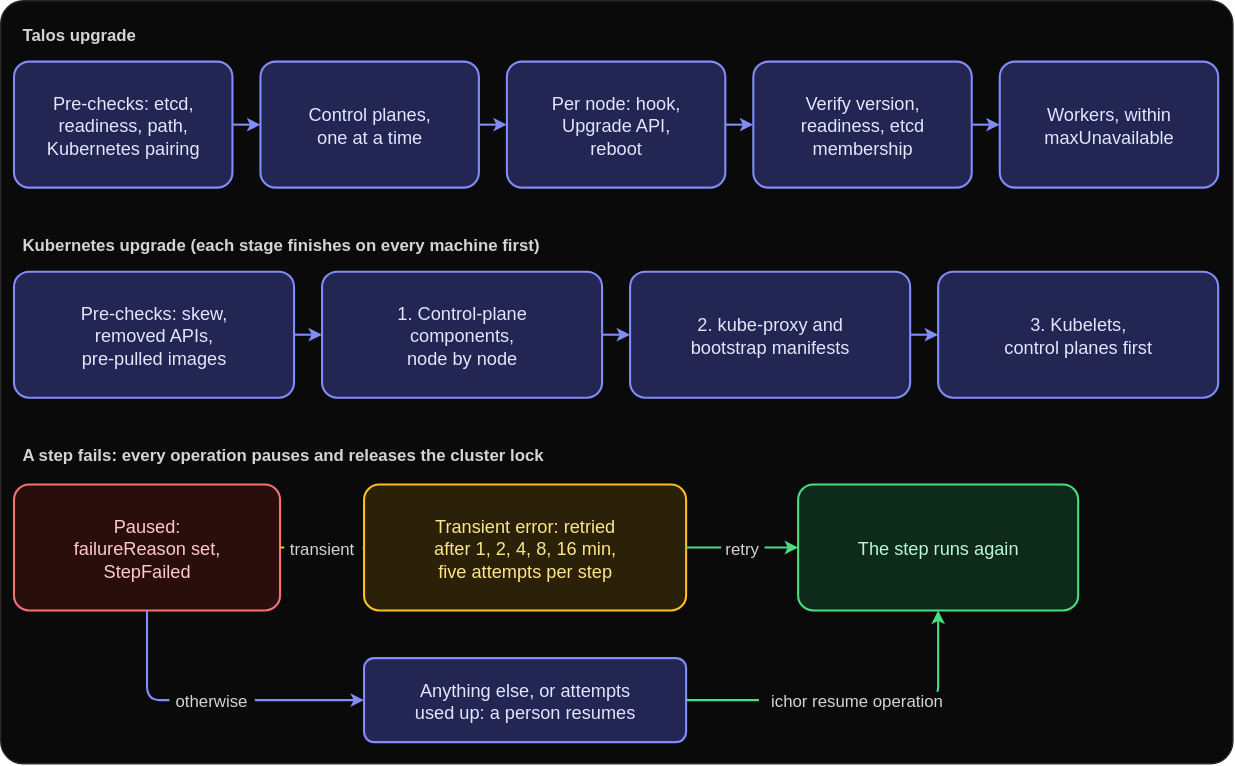
The draw.io diagram docs/images/upgrades.dark.drawio.svg in maeshinshin/ichor, before a commit. Source tidied: cells renumbered, new cells last; positions are measured from the earlier drawing's top-left corner, leaving out a move shared by most shapes. The source it was exported from:
```xml
<mxGraphModel>
  <root>
    <mxCell id="0" style="html=0;" />
    <mxCell id="1" style="html=0;" parent="0" />
    <mxCell id="2" style="rounded=1;arcSize=3;fillColor=light-dark(#FFFFFF,#0A0A0A);strokeColor=light-dark(#E5E5E5,#262626);strokeWidth=1;html=0;" parent="1" vertex="1">
      <mxGeometry width="880" height="545" as="geometry" />
    </mxCell>
    <mxCell id="3" value="Talos upgrade" style="text;fontColor=light-dark(#404040,#D4D4D4);fontFamily=Helvetica;fontSize=12;fontStyle=1;align=left;verticalAlign=middle;html=0;" parent="1" vertex="1">
      <mxGeometry x="14" y="12" width="300" height="24" as="geometry" />
    </mxCell>
    <mxCell id="4" value="Kubernetes upgrade (each stage finishes on every machine first)" style="text;fontColor=light-dark(#404040,#D4D4D4);fontFamily=Helvetica;fontSize=12;fontStyle=1;align=left;verticalAlign=middle;html=0;" parent="1" vertex="1">
      <mxGeometry x="14" y="162" width="300" height="24" as="geometry" />
    </mxCell>
    <mxCell id="5" value="A step fails: every operation pauses and releases the cluster lock" style="text;fontColor=light-dark(#404040,#D4D4D4);fontFamily=Helvetica;fontSize=12;fontStyle=1;align=left;verticalAlign=middle;html=0;" parent="1" vertex="1">
      <mxGeometry x="14" y="312" width="500" height="24" as="geometry" />
    </mxCell>
    <mxCell id="6" value="Pre-checks: etcd,&#10;readiness, path,&#10;Kubernetes pairing" style="rounded=1;arcSize=12;fillColor=light-dark(#EEF2FF,#232553);strokeColor=light-dark(#6366F1,#818CF8);strokeWidth=1.5;fontColor=light-dark(#1E1B4B,#E0E7FF);fontFamily=Helvetica;fontSize=13;align=center;verticalAlign=middle;html=0;" parent="1" vertex="1">
      <mxGeometry x="10" y="44" width="156" height="90" as="geometry" />
    </mxCell>
    <mxCell id="7" value="Control planes,&#10;one at a time" style="rounded=1;arcSize=12;fillColor=light-dark(#EEF2FF,#232553);strokeColor=light-dark(#6366F1,#818CF8);strokeWidth=1.5;fontColor=light-dark(#1E1B4B,#E0E7FF);fontFamily=Helvetica;fontSize=13;align=center;verticalAlign=middle;html=0;" parent="1" vertex="1">
      <mxGeometry x="186" y="44" width="156" height="90" as="geometry" />
    </mxCell>
    <mxCell id="8" value="Per node: hook,&#10;Upgrade API,&#10;reboot" style="rounded=1;arcSize=12;fillColor=light-dark(#EEF2FF,#232553);strokeColor=light-dark(#6366F1,#818CF8);strokeWidth=1.5;fontColor=light-dark(#1E1B4B,#E0E7FF);fontFamily=Helvetica;fontSize=13;align=center;verticalAlign=middle;html=0;" parent="1" vertex="1">
      <mxGeometry x="362" y="44" width="156" height="90" as="geometry" />
    </mxCell>
    <mxCell id="9" value="Verify version,&#10;readiness, etcd&#10;membership" style="rounded=1;arcSize=12;fillColor=light-dark(#EEF2FF,#232553);strokeColor=light-dark(#6366F1,#818CF8);strokeWidth=1.5;fontColor=light-dark(#1E1B4B,#E0E7FF);fontFamily=Helvetica;fontSize=13;align=center;verticalAlign=middle;html=0;" parent="1" vertex="1">
      <mxGeometry x="538" y="44" width="156" height="90" as="geometry" />
    </mxCell>
    <mxCell id="10" value="Workers, within&#10;maxUnavailable" style="rounded=1;arcSize=12;fillColor=light-dark(#EEF2FF,#232553);strokeColor=light-dark(#6366F1,#818CF8);strokeWidth=1.5;fontColor=light-dark(#1E1B4B,#E0E7FF);fontFamily=Helvetica;fontSize=13;align=center;verticalAlign=middle;html=0;" parent="1" vertex="1">
      <mxGeometry x="714" y="44" width="156" height="90" as="geometry" />
    </mxCell>
    <mxCell id="11" value="Pre-checks: skew,&#10;removed APIs,&#10;pre-pulled images" style="rounded=1;arcSize=12;fillColor=light-dark(#EEF2FF,#232553);strokeColor=light-dark(#6366F1,#818CF8);strokeWidth=1.5;fontColor=light-dark(#1E1B4B,#E0E7FF);fontFamily=Helvetica;fontSize=13;align=center;verticalAlign=middle;html=0;" parent="1" vertex="1">
      <mxGeometry x="10" y="194" width="200" height="90" as="geometry" />
    </mxCell>
    <mxCell id="12" value="1. Control-plane&#10;components,&#10;node by node" style="rounded=1;arcSize=12;fillColor=light-dark(#EEF2FF,#232553);strokeColor=light-dark(#6366F1,#818CF8);strokeWidth=1.5;fontColor=light-dark(#1E1B4B,#E0E7FF);fontFamily=Helvetica;fontSize=13;align=center;verticalAlign=middle;html=0;" parent="1" vertex="1">
      <mxGeometry x="230" y="194" width="200" height="90" as="geometry" />
    </mxCell>
    <mxCell id="13" value="2. kube-proxy and&#10;bootstrap manifests" style="rounded=1;arcSize=12;fillColor=light-dark(#EEF2FF,#232553);strokeColor=light-dark(#6366F1,#818CF8);strokeWidth=1.5;fontColor=light-dark(#1E1B4B,#E0E7FF);fontFamily=Helvetica;fontSize=13;align=center;verticalAlign=middle;html=0;" parent="1" vertex="1">
      <mxGeometry x="450" y="194" width="200" height="90" as="geometry" />
    </mxCell>
    <mxCell id="14" value="3. Kubelets,&#10;control planes first" style="rounded=1;arcSize=12;fillColor=light-dark(#EEF2FF,#232553);strokeColor=light-dark(#6366F1,#818CF8);strokeWidth=1.5;fontColor=light-dark(#1E1B4B,#E0E7FF);fontFamily=Helvetica;fontSize=13;align=center;verticalAlign=middle;html=0;" parent="1" vertex="1">
      <mxGeometry x="670" y="194" width="200" height="90" as="geometry" />
    </mxCell>
    <mxCell id="15" value="Paused:&#10;failureReason set,&#10;StepFailed" style="rounded=1;arcSize=12;fillColor=light-dark(#FEF2F2,#2A0E0E);strokeColor=light-dark(#DC2626,#F87171);strokeWidth=1.5;fontColor=light-dark(#7F1D1D,#FECACA);fontFamily=Helvetica;fontSize=13;align=center;verticalAlign=middle;html=0;" parent="1" vertex="1">
      <mxGeometry x="10" y="346" width="190" height="90" as="geometry" />
    </mxCell>
    <mxCell id="16" value="Transient error: retried&#10;after 1, 2, 4, 8, 16 min,&#10;five attempts per step" style="rounded=1;arcSize=12;fillColor=light-dark(#FFFBEB,#2B2008);strokeColor=light-dark(#D97706,#FBBF24);strokeWidth=1.5;fontColor=light-dark(#78350F,#FDE68A);fontFamily=Helvetica;fontSize=13;align=center;verticalAlign=middle;html=0;" parent="1" vertex="1">
      <mxGeometry x="260" y="346" width="230" height="90" as="geometry" />
    </mxCell>
    <mxCell id="17" value="The step runs again" style="rounded=1;arcSize=12;fillColor=light-dark(#F0FDF4,#0E2A1B);strokeColor=light-dark(#16A34A,#4ADE80);strokeWidth=1.5;fontColor=light-dark(#14532D,#BBF7D0);fontFamily=Helvetica;fontSize=13;align=center;verticalAlign=middle;html=0;" parent="1" vertex="1">
      <mxGeometry x="570" y="346" width="200" height="90" as="geometry" />
    </mxCell>
    <mxCell id="18" value="Anything else, or attempts&#10;used up: a person resumes" style="rounded=1;arcSize=12;fillColor=light-dark(#EEF2FF,#232553);strokeColor=light-dark(#6366F1,#818CF8);strokeWidth=1.5;fontColor=light-dark(#1E1B4B,#E0E7FF);fontFamily=Helvetica;fontSize=13;align=center;verticalAlign=middle;html=0;" parent="1" vertex="1">
      <mxGeometry x="260" y="470" width="230" height="60" as="geometry" />
    </mxCell>
    <mxCell id="19" style="edgeStyle=orthogonalEdgeStyle;rounded=1;jettySize=auto;strokeColor=light-dark(#6366F1,#818CF8);strokeWidth=1.5;endArrow=classic;endFill=1;endSize=5;startArrow=none;startFill=1;startSize=5;fontColor=light-dark(#404040,#D4D4D4);fontFamily=Helvetica;fontSize=12;labelBackgroundColor=light-dark(#FFFFFF,#0A0A0A);exitX=1;exitY=0.5;exitDx=0;exitDy=0;entryX=0;entryY=0.5;entryDx=0;entryDy=0;html=0;" parent="1" edge="1" source="6" target="7">
      <mxGeometry relative="1" as="geometry" />
    </mxCell>
    <mxCell id="20" style="edgeStyle=orthogonalEdgeStyle;rounded=1;jettySize=auto;strokeColor=light-dark(#6366F1,#818CF8);strokeWidth=1.5;endArrow=classic;endFill=1;endSize=5;startArrow=none;startFill=1;startSize=5;fontColor=light-dark(#404040,#D4D4D4);fontFamily=Helvetica;fontSize=12;labelBackgroundColor=light-dark(#FFFFFF,#0A0A0A);exitX=1;exitY=0.5;exitDx=0;exitDy=0;entryX=0;entryY=0.5;entryDx=0;entryDy=0;html=0;" parent="1" edge="1" source="7" target="8">
      <mxGeometry relative="1" as="geometry" />
    </mxCell>
    <mxCell id="21" style="edgeStyle=orthogonalEdgeStyle;rounded=1;jettySize=auto;strokeColor=light-dark(#6366F1,#818CF8);strokeWidth=1.5;endArrow=classic;endFill=1;endSize=5;startArrow=none;startFill=1;startSize=5;fontColor=light-dark(#404040,#D4D4D4);fontFamily=Helvetica;fontSize=12;labelBackgroundColor=light-dark(#FFFFFF,#0A0A0A);exitX=1;exitY=0.5;exitDx=0;exitDy=0;entryX=0;entryY=0.5;entryDx=0;entryDy=0;html=0;" parent="1" edge="1" source="8" target="9">
      <mxGeometry relative="1" as="geometry" />
    </mxCell>
    <mxCell id="22" style="edgeStyle=orthogonalEdgeStyle;rounded=1;jettySize=auto;strokeColor=light-dark(#6366F1,#818CF8);strokeWidth=1.5;endArrow=classic;endFill=1;endSize=5;startArrow=none;startFill=1;startSize=5;fontColor=light-dark(#404040,#D4D4D4);fontFamily=Helvetica;fontSize=12;labelBackgroundColor=light-dark(#FFFFFF,#0A0A0A);exitX=1;exitY=0.5;exitDx=0;exitDy=0;entryX=0;entryY=0.5;entryDx=0;entryDy=0;html=0;" parent="1" edge="1" source="9" target="10">
      <mxGeometry relative="1" as="geometry" />
    </mxCell>
    <mxCell id="23" style="edgeStyle=orthogonalEdgeStyle;rounded=1;jettySize=auto;strokeColor=light-dark(#6366F1,#818CF8);strokeWidth=1.5;endArrow=classic;endFill=1;endSize=5;startArrow=none;startFill=1;startSize=5;fontColor=light-dark(#404040,#D4D4D4);fontFamily=Helvetica;fontSize=12;labelBackgroundColor=light-dark(#FFFFFF,#0A0A0A);exitX=1;exitY=0.5;exitDx=0;exitDy=0;entryX=0;entryY=0.5;entryDx=0;entryDy=0;html=0;" parent="1" edge="1" source="11" target="12">
      <mxGeometry relative="1" as="geometry" />
    </mxCell>
    <mxCell id="24" style="edgeStyle=orthogonalEdgeStyle;rounded=1;jettySize=auto;strokeColor=light-dark(#6366F1,#818CF8);strokeWidth=1.5;endArrow=classic;endFill=1;endSize=5;startArrow=none;startFill=1;startSize=5;fontColor=light-dark(#404040,#D4D4D4);fontFamily=Helvetica;fontSize=12;labelBackgroundColor=light-dark(#FFFFFF,#0A0A0A);exitX=1;exitY=0.5;exitDx=0;exitDy=0;entryX=0;entryY=0.5;entryDx=0;entryDy=0;html=0;" parent="1" edge="1" source="12" target="13">
      <mxGeometry relative="1" as="geometry" />
    </mxCell>
    <mxCell id="25" style="edgeStyle=orthogonalEdgeStyle;rounded=1;jettySize=auto;strokeColor=light-dark(#6366F1,#818CF8);strokeWidth=1.5;endArrow=classic;endFill=1;endSize=5;startArrow=none;startFill=1;startSize=5;fontColor=light-dark(#404040,#D4D4D4);fontFamily=Helvetica;fontSize=12;labelBackgroundColor=light-dark(#FFFFFF,#0A0A0A);exitX=1;exitY=0.5;exitDx=0;exitDy=0;entryX=0;entryY=0.5;entryDx=0;entryDy=0;html=0;" parent="1" edge="1" source="13" target="14">
      <mxGeometry relative="1" as="geometry" />
    </mxCell>
    <mxCell id="26" value="transient" style="edgeStyle=orthogonalEdgeStyle;rounded=1;jettySize=auto;strokeColor=light-dark(#D97706,#FBBF24);strokeWidth=1.5;endArrow=classic;endFill=1;endSize=5;startArrow=none;startFill=1;startSize=5;fontColor=light-dark(#404040,#D4D4D4);fontFamily=Helvetica;fontSize=12;labelBackgroundColor=light-dark(#FFFFFF,#0A0A0A);exitX=1;exitY=0.5;exitDx=0;exitDy=0;entryX=0;entryY=0.5;entryDx=0;entryDy=0;html=0;" parent="1" edge="1" source="15" target="16">
      <mxGeometry relative="1" as="geometry" />
    </mxCell>
    <mxCell id="27" value="retry" style="edgeStyle=orthogonalEdgeStyle;rounded=1;jettySize=auto;strokeColor=light-dark(#16A34A,#4ADE80);strokeWidth=1.5;endArrow=classic;endFill=1;endSize=5;startArrow=none;startFill=1;startSize=5;fontColor=light-dark(#404040,#D4D4D4);fontFamily=Helvetica;fontSize=12;labelBackgroundColor=light-dark(#FFFFFF,#0A0A0A);exitX=1;exitY=0.5;exitDx=0;exitDy=0;entryX=0;entryY=0.5;entryDx=0;entryDy=0;html=0;" parent="1" edge="1" source="16" target="17">
      <mxGeometry relative="1" as="geometry" />
    </mxCell>
    <mxCell id="28" value="otherwise" style="edgeStyle=orthogonalEdgeStyle;rounded=1;jettySize=auto;strokeColor=light-dark(#6366F1,#818CF8);strokeWidth=1.5;endArrow=classic;endFill=1;endSize=5;startArrow=none;startFill=1;startSize=5;fontColor=light-dark(#404040,#D4D4D4);fontFamily=Helvetica;fontSize=12;labelBackgroundColor=light-dark(#FFFFFF,#0A0A0A);exitX=0.5;exitY=1;exitDx=0;exitDy=0;entryX=0;entryY=0.5;entryDx=0;entryDy=0;html=0;" parent="1" edge="1" source="15" target="18">
      <mxGeometry relative="1" as="geometry" />
    </mxCell>
    <mxCell id="29" value="ichor resume operation" style="edgeStyle=orthogonalEdgeStyle;rounded=1;jettySize=auto;strokeColor=light-dark(#16A34A,#4ADE80);strokeWidth=1.5;endArrow=classic;endFill=1;endSize=5;startArrow=none;startFill=1;startSize=5;fontColor=light-dark(#404040,#D4D4D4);fontFamily=Helvetica;fontSize=12;labelBackgroundColor=light-dark(#FFFFFF,#0A0A0A);exitX=1;exitY=0.5;exitDx=0;exitDy=0;entryX=0.5;entryY=1;entryDx=0;entryDy=0;html=0;" parent="1" edge="1" source="18" target="17">
      <mxGeometry relative="1" as="geometry" />
    </mxCell>
  </root>
</mxGraphModel>
```
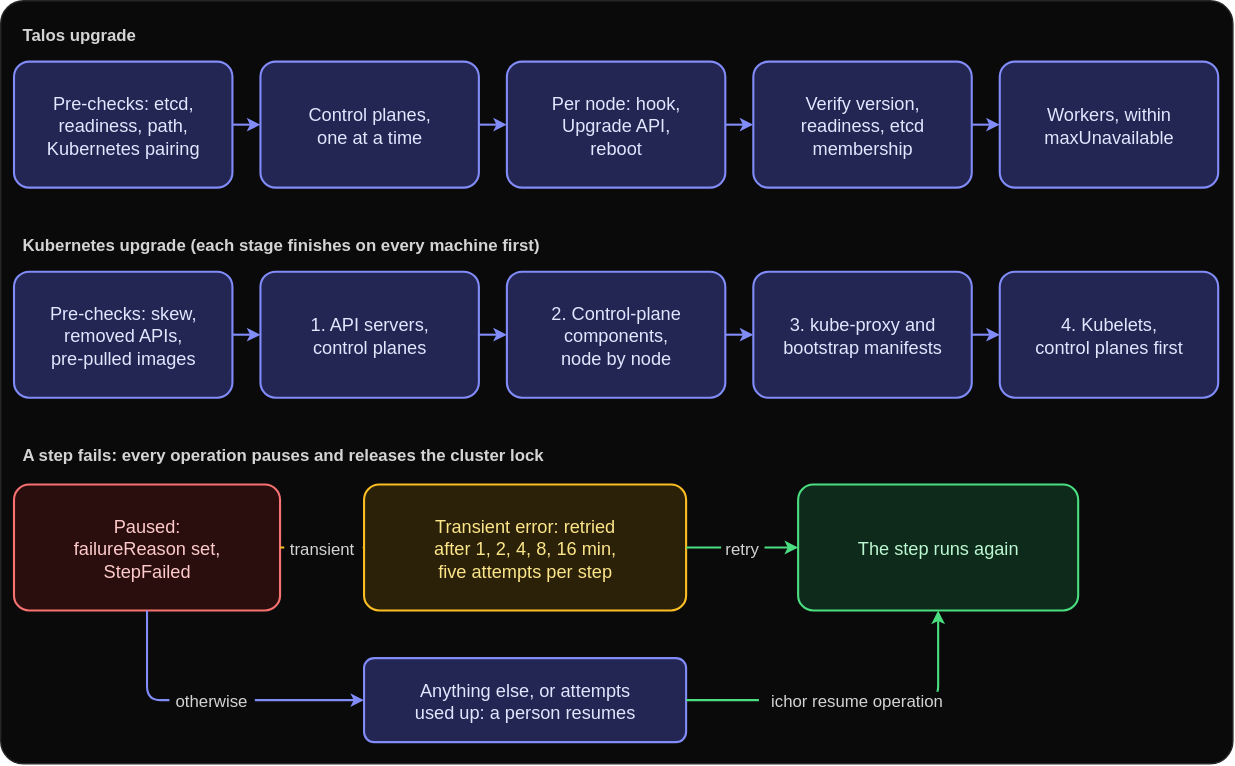
The same file after the commit.

Commit message:
docs(upgrades): a Kubernetes upgrade has four stages

Diff of the diagram source:
```diff
@@ -30,16 +30,19 @@
       <mxGeometry x="714" y="44" width="156" height="90" as="geometry" />
     </mxCell>
     <mxCell id="11" value="Pre-checks: skew,&#10;removed APIs,&#10;pre-pulled images" style="rounded=1;arcSize=12;fillColor=light-dark(#EEF2FF,#232553);strokeColor=light-dark(#6366F1,#818CF8);strokeWidth=1.5;fontColor=light-dark(#1E1B4B,#E0E7FF);fontFamily=Helvetica;fontSize=13;align=center;verticalAlign=middle;html=0;" parent="1" vertex="1">
-      <mxGeometry x="10" y="194" width="200" height="90" as="geometry" />
+      <mxGeometry x="10" y="194" width="156" height="90" as="geometry" />
     </mxCell>
+    <mxCell id="30" value="1. API servers,&#10;control planes" style="rounded=1;arcSize=12;fillColor=light-dark(#EEF2FF,#232553);strokeColor=light-dark(#6366F1,#818CF8);strokeWidth=1.5;fontColor=light-dark(#1E1B4B,#E0E7FF);fontFamily=Helvetica;fontSize=13;align=center;verticalAlign=middle;html=0;" parent="1" vertex="1">
+      <mxGeometry x="186" y="194" width="156" height="90" as="geometry" />
+    </mxCell>
-    <mxCell id="12" value="1. Control-plane&#10;components,&#10;node by node" style="rounded=1;arcSize=12;fillColor=light-dark(#EEF2FF,#232553);strokeColor=light-dark(#6366F1,#818CF8);strokeWidth=1.5;fontColor=light-dark(#1E1B4B,#E0E7FF);fontFamily=Helvetica;fontSize=13;align=center;verticalAlign=middle;html=0;" parent="1" vertex="1">
-      <mxGeometry x="230" y="194" width="200" height="90" as="geometry" />
+    <mxCell id="12" value="2. Control-plane&#10;components,&#10;node by node" style="rounded=1;arcSize=12;fillColor=light-dark(#EEF2FF,#232553);strokeColor=light-dark(#6366F1,#818CF8);strokeWidth=1.5;fontColor=light-dark(#1E1B4B,#E0E7FF);fontFamily=Helvetica;fontSize=13;align=center;verticalAlign=middle;html=0;" parent="1" vertex="1">
+      <mxGeometry x="362" y="194" width="156" height="90" as="geometry" />
     </mxCell>
-    <mxCell id="13" value="2. kube-proxy and&#10;bootstrap manifests" style="rounded=1;arcSize=12;fillColor=light-dark(#EEF2FF,#232553);strokeColor=light-dark(#6366F1,#818CF8);strokeWidth=1.5;fontColor=light-dark(#1E1B4B,#E0E7FF);fontFamily=Helvetica;fontSize=13;align=center;verticalAlign=middle;html=0;" parent="1" vertex="1">
-      <mxGeometry x="450" y="194" width="200" height="90" as="geometry" />
+    <mxCell id="13" value="3. kube-proxy and&#10;bootstrap manifests" style="rounded=1;arcSize=12;fillColor=light-dark(#EEF2FF,#232553);strokeColor=light-dark(#6366F1,#818CF8);strokeWidth=1.5;fontColor=light-dark(#1E1B4B,#E0E7FF);fontFamily=Helvetica;fontSize=13;align=center;verticalAlign=middle;html=0;" parent="1" vertex="1">
+      <mxGeometry x="538" y="194" width="156" height="90" as="geometry" />
     </mxCell>
-    <mxCell id="14" value="3. Kubelets,&#10;control planes first" style="rounded=1;arcSize=12;fillColor=light-dark(#EEF2FF,#232553);strokeColor=light-dark(#6366F1,#818CF8);strokeWidth=1.5;fontColor=light-dark(#1E1B4B,#E0E7FF);fontFamily=Helvetica;fontSize=13;align=center;verticalAlign=middle;html=0;" parent="1" vertex="1">
-      <mxGeometry x="670" y="194" width="200" height="90" as="geometry" />
+    <mxCell id="14" value="4. Kubelets,&#10;control planes first" style="rounded=1;arcSize=12;fillColor=light-dark(#EEF2FF,#232553);strokeColor=light-dark(#6366F1,#818CF8);strokeWidth=1.5;fontColor=light-dark(#1E1B4B,#E0E7FF);fontFamily=Helvetica;fontSize=13;align=center;verticalAlign=middle;html=0;" parent="1" vertex="1">
+      <mxGeometry x="714" y="194" width="156" height="90" as="geometry" />
     </mxCell>
     <mxCell id="15" value="Paused:&#10;failureReason set,&#10;StepFailed" style="rounded=1;arcSize=12;fillColor=light-dark(#FEF2F2,#2A0E0E);strokeColor=light-dark(#DC2626,#F87171);strokeWidth=1.5;fontColor=light-dark(#7F1D1D,#FECACA);fontFamily=Helvetica;fontSize=13;align=center;verticalAlign=middle;html=0;" parent="1" vertex="1">
       <mxGeometry x="10" y="346" width="190" height="90" as="geometry" />
@@ -65,9 +68,12 @@
     <mxCell id="22" style="edgeStyle=orthogonalEdgeStyle;rounded=1;jettySize=auto;strokeColor=light-dark(#6366F1,#818CF8);strokeWidth=1.5;endArrow=classic;endFill=1;endSize=5;startArrow=none;startFill=1;startSize=5;fontColor=light-dark(#404040,#D4D4D4);fontFamily=Helvetica;fontSize=12;labelBackgroundColor=light-dark(#FFFFFF,#0A0A0A);exitX=1;exitY=0.5;exitDx=0;exitDy=0;entryX=0;entryY=0.5;entryDx=0;entryDy=0;html=0;" parent="1" edge="1" source="9" target="10">
       <mxGeometry relative="1" as="geometry" />
     </mxCell>
-    <mxCell id="23" style="edgeStyle=orthogonalEdgeStyle;rounded=1;jettySize=auto;strokeColor=light-dark(#6366F1,#818CF8);strokeWidth=1.5;endArrow=classic;endFill=1;endSize=5;startArrow=none;startFill=1;startSize=5;fontColor=light-dark(#404040,#D4D4D4);fontFamily=Helvetica;fontSize=12;labelBackgroundColor=light-dark(#FFFFFF,#0A0A0A);exitX=1;exitY=0.5;exitDx=0;exitDy=0;entryX=0;entryY=0.5;entryDx=0;entryDy=0;html=0;" parent="1" edge="1" source="11" target="12">
+    <mxCell id="23" style="edgeStyle=orthogonalEdgeStyle;rounded=1;jettySize=auto;strokeColor=light-dark(#6366F1,#818CF8);strokeWidth=1.5;endArrow=classic;endFill=1;endSize=5;startArrow=none;startFill=1;startSize=5;fontColor=light-dark(#404040,#D4D4D4);fontFamily=Helvetica;fontSize=12;labelBackgroundColor=light-dark(#FFFFFF,#0A0A0A);exitX=1;exitY=0.5;exitDx=0;exitDy=0;entryX=0;entryY=0.5;entryDx=0;entryDy=0;html=0;" parent="1" edge="1" source="11" target="30">
       <mxGeometry relative="1" as="geometry" />
     </mxCell>
+    <mxCell id="31" style="edgeStyle=orthogonalEdgeStyle;rounded=1;jettySize=auto;strokeColor=light-dark(#6366F1,#818CF8);strokeWidth=1.5;endArrow=classic;endFill=1;endSize=5;startArrow=none;startFill=1;startSize=5;fontColor=light-dark(#404040,#D4D4D4);fontFamily=Helvetica;fontSize=12;labelBackgroundColor=light-dark(#FFFFFF,#0A0A0A);exitX=1;exitY=0.5;exitDx=0;exitDy=0;entryX=0;entryY=0.5;entryDx=0;entryDy=0;html=0;" parent="1" edge="1" source="30" target="12">
+      <mxGeometry relative="1" as="geometry" />
+    </mxCell>
     <mxCell id="24" style="edgeStyle=orthogonalEdgeStyle;rounded=1;jettySize=auto;strokeColor=light-dark(#6366F1,#818CF8);strokeWidth=1.5;endArrow=classic;endFill=1;endSize=5;startArrow=none;startFill=1;startSize=5;fontColor=light-dark(#404040,#D4D4D4);fontFamily=Helvetica;fontSize=12;labelBackgroundColor=light-dark(#FFFFFF,#0A0A0A);exitX=1;exitY=0.5;exitDx=0;exitDy=0;entryX=0;entryY=0.5;entryDx=0;entryDy=0;html=0;" parent="1" edge="1" source="12" target="13">
       <mxGeometry relative="1" as="geometry" />
     </mxCell>
```
